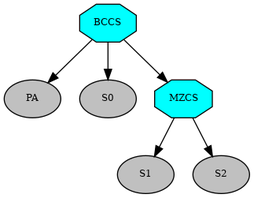
Before: behavior_tree.png, a diagram exported from Graphviz (Laiting20021202/HMR_NAV_BT). Its source is kept beside it as behavior_tree.dot.
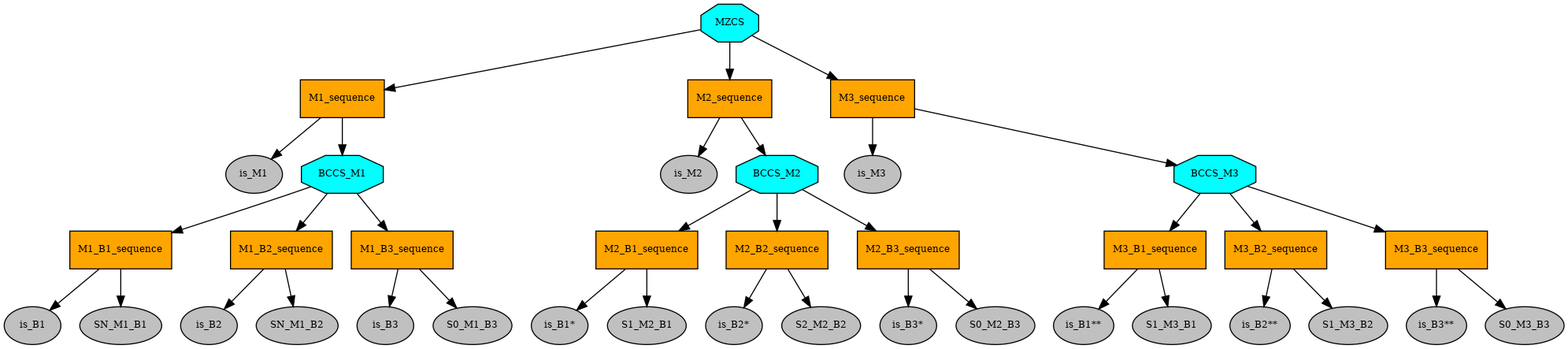
After the commit.

Change to the diagram source:
```diff
@@ -3,15 +3,77 @@
 graph [fontname="times-roman"];
 node [fontname="times-roman"];
 edge [fontname="times-roman"];
-BCCS [fillcolor=cyan, fontcolor=black, fontsize=9, label=BCCS, shape=octagon, style=filled];
-PA [fillcolor=gray, fontcolor=black, fontsize=9, label=PA, shape=ellipse, style=filled];
-BCCS -> PA;
-S0 [fillcolor=gray, fontcolor=black, fontsize=9, label=S0, shape=ellipse, style=filled];
-BCCS -> S0;
 MZCS [fillcolor=cyan, fontcolor=black, fontsize=9, label=MZCS, shape=octagon, style=filled];
-BCCS -> MZCS;
-S1 [fillcolor=gray, fontcolor=black, fontsize=9, label=S1, shape=ellipse, style=filled];
-MZCS -> S1;
-S2 [fillcolor=gray, fontcolor=black, fontsize=9, label=S2, shape=ellipse, style=filled];
-MZCS -> S2;
+M1_sequence [fillcolor=orange, fontcolor=black, fontsize=9, label=M1_sequence, shape=box, style=filled];
+MZCS -> M1_sequence;
+is_M1 [fillcolor=gray, fontcolor=black, fontsize=9, label=is_M1, shape=ellipse, style=filled];
+M1_sequence -> is_M1;
+BCCS_M1 [fillcolor=cyan, fontcolor=black, fontsize=9, label=BCCS_M1, shape=octagon, style=filled];
+M1_sequence -> BCCS_M1;
+M1_B1_sequence [fillcolor=orange, fontcolor=black, fontsize=9, label=M1_B1_sequence, shape=box, style=filled];
+BCCS_M1 -> M1_B1_sequence;
+is_B1 [fillcolor=gray, fontcolor=black, fontsize=9, label=is_B1, shape=ellipse, style=filled];
+M1_B1_sequence -> is_B1;
+SN_M1_B1 [fillcolor=gray, fontcolor=black, fontsize=9, label=SN_M1_B1, shape=ellipse, style=filled];
+M1_B1_sequence -> SN_M1_B1;
+M1_B2_sequence [fillcolor=orange, fontcolor=black, fontsize=9, label=M1_B2_sequence, shape=box, style=filled];
+BCCS_M1 -> M1_B2_sequence;
+is_B2 [fillcolor=gray, fontcolor=black, fontsize=9, label=is_B2, shape=ellipse, style=filled];
+M1_B2_sequence -> is_B2;
+SN_M1_B2 [fillcolor=gray, fontcolor=black, fontsize=9, label=SN_M1_B2, shape=ellipse, style=filled];
+M1_B2_sequence -> SN_M1_B2;
+M1_B3_sequence [fillcolor=orange, fontcolor=black, fontsize=9, label=M1_B3_sequence, shape=box, style=filled];
+BCCS_M1 -> M1_B3_sequence;
+is_B3 [fillcolor=gray, fontcolor=black, fontsize=9, label=is_B3, shape=ellipse, style=filled];
+M1_B3_sequence -> is_B3;
+S0_M1_B3 [fillcolor=gray, fontcolor=black, fontsize=9, label=S0_M1_B3, shape=ellipse, style=filled];
+M1_B3_sequence -> S0_M1_B3;
+M2_sequence [fillcolor=orange, fontcolor=black, fontsize=9, label=M2_sequence, shape=box, style=filled];
+MZCS -> M2_sequence;
+is_M2 [fillcolor=gray, fontcolor=black, fontsize=9, label=is_M2, shape=ellipse, style=filled];
+M2_sequence -> is_M2;
+BCCS_M2 [fillcolor=cyan, fontcolor=black, fontsize=9, label=BCCS_M2, shape=octagon, style=filled];
+M2_sequence -> BCCS_M2;
+M2_B1_sequence [fillcolor=orange, fontcolor=black, fontsize=9, label=M2_B1_sequence, shape=box, style=filled];
+BCCS_M2 -> M2_B1_sequence;
+"is_B1*" [fillcolor=gray, fontcolor=black, fontsize=9, label="is_B1*", shape=ellipse, style=filled];
+M2_B1_sequence -> "is_B1*";
+S1_M2_B1 [fillcolor=gray, fontcolor=black, fontsize=9, label=S1_M2_B1, shape=ellipse, style=filled];
+M2_B1_sequence -> S1_M2_B1;
+M2_B2_sequence [fillcolor=orange, fontcolor=black, fontsize=9, label=M2_B2_sequence, shape=box, style=filled];
+BCCS_M2 -> M2_B2_sequence;
+"is_B2*" [fillcolor=gray, fontcolor=black, fontsize=9, label="is_B2*", shape=ellipse, style=filled];
+M2_B2_sequence -> "is_B2*";
+S2_M2_B2 [fillcolor=gray, fontcolor=black, fontsize=9, label=S2_M2_B2, shape=ellipse, style=filled];
+M2_B2_sequence -> S2_M2_B2;
+M2_B3_sequence [fillcolor=orange, fontcolor=black, fontsize=9, label=M2_B3_sequence, shape=box, style=filled];
+BCCS_M2 -> M2_B3_sequence;
+"is_B3*" [fillcolor=gray, fontcolor=black, fontsize=9, label="is_B3*", shape=ellipse, style=filled];
+M2_B3_sequence -> "is_B3*";
+S0_M2_B3 [fillcolor=gray, fontcolor=black, fontsize=9, label=S0_M2_B3, shape=ellipse, style=filled];
+M2_B3_sequence -> S0_M2_B3;
+M3_sequence [fillcolor=orange, fontcolor=black, fontsize=9, label=M3_sequence, shape=box, style=filled];
+MZCS -> M3_sequence;
+is_M3 [fillcolor=gray, fontcolor=black, fontsize=9, label=is_M3, shape=ellipse, style=filled];
+M3_sequence -> is_M3;
+BCCS_M3 [fillcolor=cyan, fontcolor=black, fontsize=9, label=BCCS_M3, shape=octagon, style=filled];
+M3_sequence -> BCCS_M3;
+M3_B1_sequence [fillcolor=orange, fontcolor=black, fontsize=9, label=M3_B1_sequence, shape=box, style=filled];
+BCCS_M3 -> M3_B1_sequence;
+"is_B1**" [fillcolor=gray, fontcolor=black, fontsize=9, label="is_B1**", shape=ellipse, style=filled];
+M3_B1_sequence -> "is_B1**";
+S1_M3_B1 [fillcolor=gray, fontcolor=black, fontsize=9, label=S1_M3_B1, shape=ellipse, style=filled];
+M3_B1_sequence -> S1_M3_B1;
+M3_B2_sequence [fillcolor=orange, fontcolor=black, fontsize=9, label=M3_B2_sequence, shape=box, style=filled];
+BCCS_M3 -> M3_B2_sequence;
+"is_B2**" [fillcolor=gray, fontcolor=black, fontsize=9, label="is_B2**", shape=ellipse, style=filled];
+M3_B2_sequence -> "is_B2**";
+S1_M3_B2 [fillcolor=gray, fontcolor=black, fontsize=9, label=S1_M3_B2, shape=ellipse, style=filled];
+M3_B2_sequence -> S1_M3_B2;
+M3_B3_sequence [fillcolor=orange, fontcolor=black, fontsize=9, label=M3_B3_sequence, shape=box, style=filled];
+BCCS_M3 -> M3_B3_sequence;
+"is_B3**" [fillcolor=gray, fontcolor=black, fontsize=9, label="is_B3**", shape=ellipse, style=filled];
+M3_B3_sequence -> "is_B3**";
+S0_M3_B3 [fillcolor=gray, fontcolor=black, fontsize=9, label=S0_M3_B3, shape=ellipse, style=filled];
+M3_B3_sequence -> S0_M3_B3;
 }
```
